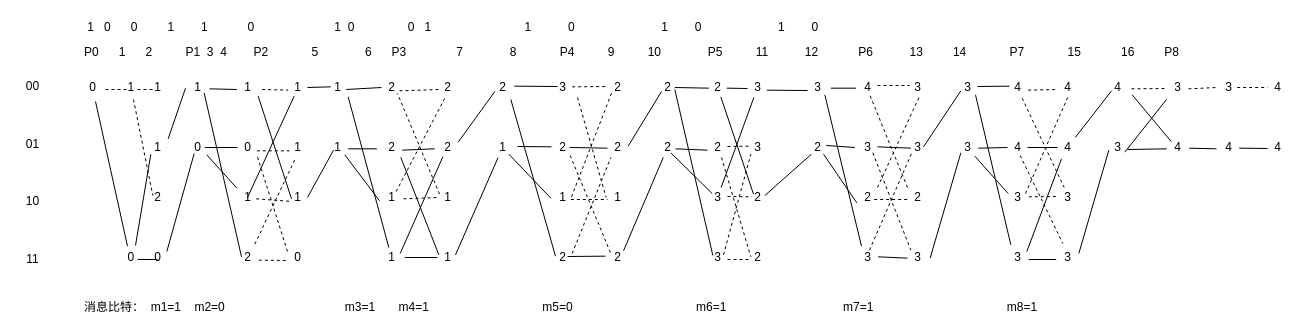
Earlier version of the draw.io diagram Untitled Diagram.drawio (wywmyy/wywmyy.github.io). Source tidied: cells renumbered, new cells numbered last; positions are measured from the earlier drawing's top-left corner, leaving out a move shared by most shapes. Both pictures are drawn from the tidied source at 100%, with x=0, y=0 at pixel (17, 17).
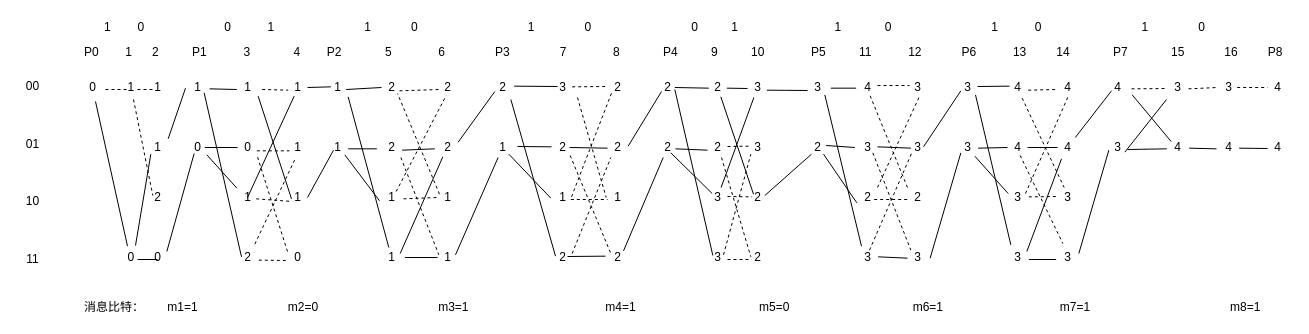
After the change.

The change refers to these unchanged cells:
```xml
<mxCell id="51" value="2" style="text;html=1;align=center;verticalAlign=middle;points=[];fillColor=none;strokeColor=none;rounded=0;" parent="1" vertex="1">
  <mxGeometry x="364" y="120" width="20" height="20" as="geometry" />
</mxCell>
<mxCell id="61" value="1" style="text;html=1;align=center;verticalAlign=middle;points=[];fillColor=none;strokeColor=none;rounded=0;" parent="1" vertex="1">
  <mxGeometry x="420" y="230" width="20" height="20" as="geometry" />
</mxCell>
```

Diff of the diagram source:
```diff
@@
-    <mxCell id="2" value="&lt;div&gt;&lt;span style=&quot;white-space: pre&quot;&gt; &lt;/span&gt;&lt;span&gt;&amp;nbsp; &amp;nbsp; &amp;nbsp; &amp;nbsp; &amp;nbsp;1&lt;/span&gt;&lt;span style=&quot;white-space: pre&quot;&gt; &lt;/span&gt;&lt;span&gt;&amp;nbsp; 0&lt;/span&gt;&lt;span style=&quot;white-space: pre&quot;&gt; &lt;span style=&quot;white-space: pre&quot;&gt;   &lt;/span&gt; &lt;/span&gt;&lt;span&gt;&amp;nbsp;&lt;/span&gt;&lt;span&gt;0&lt;/span&gt;&lt;span style=&quot;white-space: pre&quot;&gt; &lt;/span&gt;&amp;nbsp; &amp;nbsp; &amp;nbsp; &amp;nbsp;&amp;nbsp;&lt;span&gt;1&lt;/span&gt;&lt;span style=&quot;white-space: pre&quot;&gt; &lt;span style=&quot;white-space: pre&quot;&gt; &lt;/span&gt;&lt;span style=&quot;white-space: pre&quot;&gt; &lt;/span&gt; &lt;/span&gt;&amp;nbsp; &amp;nbsp;&amp;nbsp;&lt;span&gt;1&lt;/span&gt;&lt;span style=&quot;white-space: pre&quot;&gt; &lt;/span&gt;&amp;nbsp; &amp;nbsp; &amp;nbsp; &amp;nbsp; &amp;nbsp; &amp;nbsp;&lt;span&gt;0&amp;nbsp; &amp;nbsp; &amp;nbsp; &amp;nbsp; &amp;nbsp; &amp;nbsp; &amp;nbsp; &amp;nbsp; &amp;nbsp; &amp;nbsp; &amp;nbsp;&amp;nbsp;&lt;/span&gt;&lt;span style=&quot;white-space: pre&quot;&gt; &lt;span style=&quot;white-space: pre&quot;&gt; &lt;/span&gt;&lt;/span&gt;&lt;span&gt;1&lt;/span&gt;&lt;span style=&quot;white-space: pre&quot;&gt; &lt;span style=&quot;white-space: pre&quot;&gt; &lt;/span&gt;&lt;/span&gt;&lt;span&gt;0&lt;/span&gt;&lt;span style=&quot;white-space: pre&quot;&gt; &lt;span style=&quot;white-space: pre&quot;&gt; &lt;/span&gt; &lt;/span&gt;&amp;nbsp; &amp;nbsp; &amp;nbsp; &amp;nbsp; &amp;nbsp; &amp;nbsp; &amp;nbsp;&lt;span&gt;0&lt;/span&gt;&lt;span style=&quot;white-space: pre&quot;&gt; &lt;/span&gt;&amp;nbsp;&amp;nbsp;&lt;span&gt;1&lt;/span&gt;&lt;span style=&quot;white-space: pre&quot;&gt; &lt;/span&gt;&amp;nbsp; &amp;nbsp; &amp;nbsp; &amp;nbsp; &amp;nbsp; &amp;nbsp; &amp;nbsp; &amp;nbsp; &amp;nbsp; &amp;nbsp; &amp;nbsp; &amp;nbsp; &amp;nbsp; &amp;nbsp;&lt;span&gt;1&lt;/span&gt;&lt;span style=&quot;white-space: pre&quot;&gt; &lt;/span&gt;&amp;nbsp; &amp;nbsp; &amp;nbsp; &amp;nbsp; &amp;nbsp;&amp;nbsp;&lt;span&gt;0&lt;/span&gt;&lt;span style=&quot;white-space: pre&quot;&gt; &lt;/span&gt;&amp;nbsp; &amp;nbsp; &amp;nbsp; &amp;nbsp; &amp;nbsp; &amp;nbsp; &amp;nbsp; &amp;nbsp; &amp;nbsp; &amp;nbsp; &amp;nbsp; &amp;nbsp; &amp;nbsp;&lt;span&gt;1&lt;/span&gt;&lt;span style=&quot;white-space: pre&quot;&gt; &lt;/span&gt;&amp;nbsp; &amp;nbsp; &amp;nbsp; &amp;nbsp;&lt;span&gt;0&lt;/span&gt;&lt;span style=&quot;white-space: pre&quot;&gt; &lt;/span&gt;&amp;nbsp; &amp;nbsp; &amp;nbsp; &amp;nbsp; &amp;nbsp; &amp;nbsp; &amp;nbsp; &amp;nbsp; &amp;nbsp; &amp;nbsp; &amp;nbsp;&amp;nbsp;&lt;span&gt;1&lt;/span&gt;&lt;span style=&quot;white-space: pre&quot;&gt; &lt;/span&gt;&amp;nbsp; &amp;nbsp; &amp;nbsp; &amp;nbsp;&lt;span&gt;0&lt;/span&gt;&lt;/div&gt;" style="text;html=1;align=left;verticalAlign=middle;fillColor=none;strokeColor=none;rounded=0;" parent="1" vertex="1">
+    <mxCell id="2" value="&lt;div&gt;&lt;span style=&quot;white-space: pre&quot;&gt; &lt;/span&gt;&lt;span&gt;&amp;nbsp; &amp;nbsp; &amp;nbsp; &amp;nbsp; &amp;nbsp; &amp;nbsp; &amp;nbsp; 1&lt;/span&gt;&lt;span style=&quot;white-space: pre&quot;&gt; &lt;/span&gt;&lt;span&gt;&amp;nbsp; &amp;nbsp; &amp;nbsp; &amp;nbsp;0&lt;/span&gt;&lt;span style=&quot;white-space: pre&quot;&gt; &lt;span style=&quot;white-space: pre&quot;&gt;   &lt;/span&gt; &lt;/span&gt;&lt;span&gt;&amp;nbsp; &amp;nbsp; &amp;nbsp; &amp;nbsp; &amp;nbsp; &amp;nbsp; &amp;nbsp; &amp;nbsp; &amp;nbsp; &amp;nbsp;&lt;/span&gt;&lt;span&gt;0&lt;/span&gt;&lt;span style=&quot;white-space: pre&quot;&gt; &lt;/span&gt;&amp;nbsp; &amp;nbsp; &amp;nbsp; &amp;nbsp; &amp;nbsp;&amp;nbsp;&lt;span&gt;1&lt;/span&gt;&lt;span style=&quot;white-space: pre&quot;&gt; &lt;span style=&quot;white-space: pre&quot;&gt; &lt;/span&gt;&lt;span style=&quot;white-space: pre&quot;&gt; &lt;/span&gt; &lt;/span&gt;&amp;nbsp; &amp;nbsp; &amp;nbsp; &amp;nbsp; &amp;nbsp; &amp;nbsp; &amp;nbsp; &amp;nbsp; &amp;nbsp; &amp;nbsp; &amp;nbsp; &amp;nbsp;&lt;span&gt;1&lt;/span&gt;&lt;span style=&quot;white-space: pre&quot;&gt; &lt;/span&gt;&amp;nbsp; &amp;nbsp; &amp;nbsp; &amp;nbsp; &amp;nbsp; &amp;nbsp;&lt;span&gt;0&amp;nbsp; &amp;nbsp; &amp;nbsp; &amp;nbsp; &amp;nbsp; &amp;nbsp; &amp;nbsp; &amp;nbsp; &amp;nbsp; &amp;nbsp; &amp;nbsp;&amp;nbsp;&lt;/span&gt;&lt;span style=&quot;white-space: pre&quot;&gt; &lt;span style=&quot;white-space: pre&quot;&gt;          &lt;/span&gt;&lt;/span&gt;&lt;span&gt;1&lt;/span&gt;&lt;span style=&quot;white-space: pre&quot;&gt; &lt;span style=&quot;white-space: pre&quot;&gt;              &lt;/span&gt;&lt;/span&gt;&lt;span&gt;0&lt;/span&gt;&lt;span style=&quot;white-space: pre&quot;&gt; &lt;span style=&quot;white-space: pre&quot;&gt; &lt;/span&gt; &lt;/span&gt;&amp;nbsp; &amp;nbsp; &amp;nbsp; &amp;nbsp; &amp;nbsp; &amp;nbsp; &amp;nbsp; &amp;nbsp; &amp;nbsp; &amp;nbsp; &amp;nbsp; &amp;nbsp; &amp;nbsp; &amp;nbsp;&lt;span&gt;0&lt;/span&gt;&lt;span style=&quot;white-space: pre&quot;&gt; &lt;/span&gt;&amp;nbsp; &amp;nbsp; &amp;nbsp; &amp;nbsp; &amp;nbsp;&lt;span&gt;1&lt;/span&gt;&lt;span style=&quot;white-space: pre&quot;&gt; &lt;/span&gt;&amp;nbsp; &amp;nbsp; &amp;nbsp; &amp;nbsp; &amp;nbsp; &amp;nbsp; &amp;nbsp; &amp;nbsp; &amp;nbsp; &amp;nbsp; &amp;nbsp; &amp;nbsp; &amp;nbsp; &amp;nbsp;&amp;nbsp;&lt;span&gt;1&lt;/span&gt;&lt;span style=&quot;white-space: pre&quot;&gt; &lt;/span&gt;&amp;nbsp; &amp;nbsp; &amp;nbsp; &amp;nbsp; &amp;nbsp; &amp;nbsp;&amp;nbsp;&lt;span&gt;0&lt;/span&gt;&lt;span style=&quot;white-space: pre&quot;&gt; &lt;/span&gt;&amp;nbsp; &amp;nbsp; &amp;nbsp; &amp;nbsp; &amp;nbsp; &amp;nbsp; &amp;nbsp; &amp;nbsp; &amp;nbsp; &amp;nbsp; &amp;nbsp; &amp;nbsp; &amp;nbsp; &amp;nbsp; &amp;nbsp;&lt;span&gt;1&lt;/span&gt;&lt;span style=&quot;white-space: pre&quot;&gt; &lt;/span&gt;&amp;nbsp; &amp;nbsp; &amp;nbsp; &amp;nbsp; &amp;nbsp;&amp;nbsp;&lt;span&gt;0&lt;/span&gt;&lt;span style=&quot;white-space: pre&quot;&gt; &lt;/span&gt;&amp;nbsp; &amp;nbsp; &amp;nbsp; &amp;nbsp; &amp;nbsp; &amp;nbsp; &amp;nbsp; &amp;nbsp; &amp;nbsp; &amp;nbsp; &amp;nbsp; &amp;nbsp; &amp;nbsp; &amp;nbsp; &amp;nbsp;&lt;span&gt;1&lt;/span&gt;&lt;span style=&quot;white-space: pre&quot;&gt; &lt;/span&gt;&amp;nbsp; &amp;nbsp; &amp;nbsp; &amp;nbsp; &amp;nbsp; &amp;nbsp; &amp;nbsp;&amp;nbsp;&lt;span&gt;0&lt;/span&gt;&lt;/div&gt;" style="text;html=1;align=left;verticalAlign=middle;fillColor=none;strokeColor=none;rounded=0;" parent="1" vertex="1">
       <mxGeometry x="35" width="1170" height="20" as="geometry" />
     </mxCell>
@@
-    <mxCell id="20" value="&lt;div&gt;&lt;span&gt;P0&lt;/span&gt;&lt;span style=&quot;white-space: pre&quot;&gt; &lt;/span&gt;&lt;span&gt;&amp;nbsp; &amp;nbsp; &amp;nbsp;1&lt;/span&gt;&lt;span style=&quot;white-space: pre&quot;&gt; &lt;/span&gt;&lt;span&gt;&amp;nbsp; &amp;nbsp; &amp;nbsp;2&lt;/span&gt;&lt;span style=&quot;white-space: pre&quot;&gt; &lt;/span&gt;&lt;span&gt;&amp;nbsp; &amp;nbsp; &amp;nbsp; &amp;nbsp; &amp;nbsp;P1&lt;span style=&quot;white-space: pre&quot;&gt; &lt;/span&gt;&lt;span style=&quot;white-space: pre&quot;&gt; &lt;/span&gt;3&lt;span style=&quot;white-space: pre&quot;&gt; &lt;span style=&quot;white-space: pre&quot;&gt; &lt;/span&gt;4&lt;/span&gt;&amp;nbsp; &amp;nbsp; &amp;nbsp; &amp;nbsp; P2&amp;nbsp; &amp;nbsp; &amp;nbsp; &amp;nbsp; &amp;nbsp; &amp;nbsp; &amp;nbsp;5&amp;nbsp; &amp;nbsp; &amp;nbsp; &amp;nbsp; &amp;nbsp; &amp;nbsp; &amp;nbsp; 6&amp;nbsp;&lt;span style=&quot;white-space: pre&quot;&gt; &lt;/span&gt;&lt;span style=&quot;white-space: pre&quot;&gt; &amp;nbsp;&lt;/span&gt;&amp;nbsp; P3&amp;nbsp; &amp;nbsp; &amp;nbsp; &amp;nbsp; &amp;nbsp; &amp;nbsp; &amp;nbsp; &amp;nbsp;7&amp;nbsp; &amp;nbsp; &amp;nbsp; &amp;nbsp; &amp;nbsp; &amp;nbsp; &amp;nbsp; 8&amp;nbsp; &amp;nbsp; &amp;nbsp; &amp;nbsp; &amp;nbsp; &amp;nbsp; &amp;nbsp;P4&amp;nbsp; &amp;nbsp; &amp;nbsp; &amp;nbsp; &amp;nbsp; 9&amp;nbsp; &amp;nbsp; &amp;nbsp; &amp;nbsp; &amp;nbsp; 10&amp;nbsp; &amp;nbsp; &amp;nbsp; &amp;nbsp; &amp;nbsp; &amp;nbsp; &amp;nbsp; P5&amp;nbsp; &amp;nbsp; &amp;nbsp; &amp;nbsp; &amp;nbsp; 11&amp;nbsp; &amp;nbsp; &amp;nbsp; &amp;nbsp; &amp;nbsp; &amp;nbsp;12&amp;nbsp; &amp;nbsp; &amp;nbsp; &amp;nbsp; &amp;nbsp; &amp;nbsp; P6&amp;nbsp; &amp;nbsp; &amp;nbsp; &amp;nbsp; &amp;nbsp; &amp;nbsp;13&amp;nbsp; &amp;nbsp; &amp;nbsp; &amp;nbsp; &amp;nbsp;14&amp;nbsp; &amp;nbsp; &amp;nbsp; &amp;nbsp; &amp;nbsp; &amp;nbsp; &amp;nbsp;P7&amp;nbsp; &amp;nbsp; &amp;nbsp; &amp;nbsp; &amp;nbsp; &amp;nbsp; &amp;nbsp;15&amp;nbsp; &amp;nbsp; &amp;nbsp; &amp;nbsp; &amp;nbsp; &amp;nbsp; 16&amp;nbsp; &amp;nbsp; &amp;nbsp; &amp;nbsp; &amp;nbsp;P8&lt;/span&gt;&lt;/div&gt;" style="text;html=1;align=left;verticalAlign=middle;fillColor=none;strokeColor=none;rounded=0;" parent="1" vertex="1">
+    <mxCell id="20" value="&lt;div&gt;&lt;span&gt;P0&lt;/span&gt;&lt;span style=&quot;white-space: pre&quot;&gt; &lt;/span&gt;&lt;span&gt;&amp;nbsp; &amp;nbsp; &amp;nbsp; &amp;nbsp;1&lt;/span&gt;&lt;span style=&quot;white-space: pre&quot;&gt; &lt;/span&gt;&lt;span&gt;&amp;nbsp; &amp;nbsp; &amp;nbsp;2&lt;/span&gt;&lt;span style=&quot;white-space: pre&quot;&gt; &lt;/span&gt;&lt;span&gt;&amp;nbsp; &amp;nbsp; &amp;nbsp; &amp;nbsp; &amp;nbsp;P1&lt;span style=&quot;white-space: pre&quot;&gt; &lt;/span&gt;&lt;span style=&quot;white-space: pre&quot;&gt;          &lt;/span&gt;3&lt;span style=&quot;white-space: pre&quot;&gt; &lt;span style=&quot;white-space: pre&quot;&gt;            &lt;/span&gt;4&lt;/span&gt;&amp;nbsp; &amp;nbsp; &amp;nbsp; &amp;nbsp; P2&amp;nbsp; &amp;nbsp; &amp;nbsp; &amp;nbsp; &amp;nbsp; &amp;nbsp; &amp;nbsp;5&amp;nbsp; &amp;nbsp; &amp;nbsp; &amp;nbsp; &amp;nbsp; &amp;nbsp; &amp;nbsp; 6&amp;nbsp;&lt;span style=&quot;white-space: pre&quot;&gt; &lt;/span&gt;&lt;span style=&quot;white-space: pre&quot;&gt; &amp;nbsp;&lt;/span&gt;&amp;nbsp; &amp;nbsp; &amp;nbsp; &amp;nbsp; &amp;nbsp; &amp;nbsp;P3&amp;nbsp; &amp;nbsp; &amp;nbsp; &amp;nbsp; &amp;nbsp; &amp;nbsp; &amp;nbsp; &amp;nbsp;7&amp;nbsp; &amp;nbsp; &amp;nbsp; &amp;nbsp; &amp;nbsp; &amp;nbsp; &amp;nbsp; 8&amp;nbsp; &amp;nbsp; &amp;nbsp; &amp;nbsp; &amp;nbsp; &amp;nbsp; &amp;nbsp;P4&amp;nbsp; &amp;nbsp; &amp;nbsp; &amp;nbsp; &amp;nbsp; 9&amp;nbsp; &amp;nbsp; &amp;nbsp; &amp;nbsp; &amp;nbsp; 10&amp;nbsp; &amp;nbsp; &amp;nbsp; &amp;nbsp; &amp;nbsp; &amp;nbsp; &amp;nbsp; P5&amp;nbsp; &amp;nbsp; &amp;nbsp; &amp;nbsp; &amp;nbsp; 11&amp;nbsp; &amp;nbsp; &amp;nbsp; &amp;nbsp; &amp;nbsp; &amp;nbsp;12&amp;nbsp; &amp;nbsp; &amp;nbsp; &amp;nbsp; &amp;nbsp; &amp;nbsp; P6&amp;nbsp; &amp;nbsp; &amp;nbsp; &amp;nbsp; &amp;nbsp; &amp;nbsp;13&amp;nbsp; &amp;nbsp; &amp;nbsp; &amp;nbsp; &amp;nbsp;14&amp;nbsp; &amp;nbsp; &amp;nbsp; &amp;nbsp; &amp;nbsp; &amp;nbsp; &amp;nbsp;P7&amp;nbsp; &amp;nbsp; &amp;nbsp; &amp;nbsp; &amp;nbsp; &amp;nbsp; &amp;nbsp;15&amp;nbsp; &amp;nbsp; &amp;nbsp; &amp;nbsp; &amp;nbsp; &amp;nbsp; 16&amp;nbsp; &amp;nbsp; &amp;nbsp; &amp;nbsp; &amp;nbsp;P8&lt;/span&gt;&lt;/div&gt;" style="text;html=1;align=left;verticalAlign=middle;fillColor=none;strokeColor=none;rounded=0;" parent="1" vertex="1">
       <mxGeometry x="65" y="25" width="1210" height="20" as="geometry" />
     </mxCell>
@@
-    <mxCell id="42" value="消息比特： &lt;span style=&quot;white-space: pre&quot;&gt; &lt;/span&gt;m1=1&lt;span style=&quot;white-space: pre&quot;&gt; &lt;span style=&quot;white-space: pre&quot;&gt; &lt;/span&gt;&lt;span style=&quot;white-space: pre&quot;&gt; &lt;/span&gt;&lt;span style=&quot;white-space: pre&quot;&gt; &lt;/span&gt;&lt;/span&gt;m2=0&amp;nbsp; &amp;nbsp; &amp;nbsp; &amp;nbsp; &amp;nbsp; &amp;nbsp; &amp;nbsp; &amp;nbsp; &amp;nbsp; &amp;nbsp; &amp;nbsp; &amp;nbsp; &amp;nbsp; &amp;nbsp; &amp;nbsp; &amp;nbsp; &amp;nbsp; &amp;nbsp; m3=1&amp;nbsp;&lt;span style=&quot;white-space: pre&quot;&gt; &lt;/span&gt;&lt;span style=&quot;white-space: pre&quot;&gt; &lt;/span&gt;&lt;span style=&quot;white-space: pre&quot;&gt; &lt;/span&gt;&lt;span style=&quot;white-space: pre&quot;&gt; &lt;/span&gt;&lt;span style=&quot;white-space: pre&quot;&gt; &lt;/span&gt;&lt;span style=&quot;white-space: pre&quot;&gt; &lt;/span&gt;m4=1&amp;nbsp; &amp;nbsp; &amp;nbsp; &amp;nbsp; &amp;nbsp; &amp;nbsp; &amp;nbsp; &amp;nbsp; &amp;nbsp; &amp;nbsp; &amp;nbsp; &amp;nbsp; &amp;nbsp; &amp;nbsp; &amp;nbsp; &amp;nbsp; &amp;nbsp; m5=0&amp;nbsp; &amp;nbsp; &amp;nbsp; &amp;nbsp; &amp;nbsp; &amp;nbsp; &amp;nbsp; &amp;nbsp; &amp;nbsp; &amp;nbsp; &amp;nbsp; &amp;nbsp; &amp;nbsp; &amp;nbsp; &amp;nbsp; &amp;nbsp; &amp;nbsp; &amp;nbsp; &amp;nbsp;m6=1&amp;nbsp; &amp;nbsp; &amp;nbsp; &amp;nbsp; &amp;nbsp; &amp;nbsp; &amp;nbsp; &amp;nbsp; &amp;nbsp; &amp;nbsp; &amp;nbsp; &amp;nbsp; &amp;nbsp; &amp;nbsp; &amp;nbsp; &amp;nbsp; &amp;nbsp; &amp;nbsp;m7=1&amp;nbsp; &amp;nbsp; &amp;nbsp; &amp;nbsp; &amp;nbsp; &amp;nbsp; &amp;nbsp; &amp;nbsp; &amp;nbsp; &amp;nbsp; &amp;nbsp; &amp;nbsp; &amp;nbsp; &amp;nbsp; &amp;nbsp; &amp;nbsp; &amp;nbsp; &amp;nbsp; &amp;nbsp; &amp;nbsp; m8=1" style="text;html=1;align=left;verticalAlign=middle;fillColor=none;strokeColor=none;rounded=0;" parent="1" vertex="1">
+    <mxCell id="42" value="消息比特： &lt;span style=&quot;white-space: pre&quot;&gt;      &lt;/span&gt;m1=1&lt;span style=&quot;white-space: pre&quot;&gt; &lt;span style=&quot;white-space: pre&quot;&gt; &lt;/span&gt;&lt;span style=&quot;white-space: pre&quot;&gt; &lt;/span&gt;&lt;span style=&quot;white-space: pre&quot;&gt;                        &lt;/span&gt;&lt;/span&gt;m2=0&amp;nbsp; &amp;nbsp; &amp;nbsp; &amp;nbsp; &amp;nbsp; &amp;nbsp; &amp;nbsp; &amp;nbsp; &amp;nbsp; &amp;nbsp; &amp;nbsp; &amp;nbsp; &amp;nbsp; &amp;nbsp; &amp;nbsp; &amp;nbsp; &amp;nbsp; &amp;nbsp; m3=1&amp;nbsp;&lt;span style=&quot;white-space: pre&quot;&gt; &lt;/span&gt;&lt;span style=&quot;white-space: pre&quot;&gt; &lt;/span&gt;&lt;span style=&quot;white-space: pre&quot;&gt; &lt;/span&gt;&lt;span style=&quot;white-space: pre&quot;&gt; &lt;/span&gt;&lt;span style=&quot;white-space: pre&quot;&gt; &lt;/span&gt;&lt;span style=&quot;white-space: pre&quot;&gt;                                   &lt;/span&gt;m4=1&amp;nbsp; &amp;nbsp; &amp;nbsp; &amp;nbsp; &amp;nbsp; &amp;nbsp; &amp;nbsp; &amp;nbsp; &amp;nbsp; &amp;nbsp; &amp;nbsp; &amp;nbsp; &amp;nbsp; &amp;nbsp; &amp;nbsp; &amp;nbsp; &amp;nbsp; &amp;nbsp; &amp;nbsp;m5=0&amp;nbsp; &amp;nbsp; &amp;nbsp; &amp;nbsp; &amp;nbsp; &amp;nbsp; &amp;nbsp; &amp;nbsp; &amp;nbsp; &amp;nbsp; &amp;nbsp; &amp;nbsp; &amp;nbsp; &amp;nbsp; &amp;nbsp; &amp;nbsp; &amp;nbsp; &amp;nbsp; &amp;nbsp;m6=1&amp;nbsp; &amp;nbsp; &amp;nbsp; &amp;nbsp; &amp;nbsp; &amp;nbsp; &amp;nbsp; &amp;nbsp; &amp;nbsp; &amp;nbsp; &amp;nbsp; &amp;nbsp; &amp;nbsp; &amp;nbsp; &amp;nbsp; &amp;nbsp; &amp;nbsp; &amp;nbsp;m7=1&amp;nbsp; &amp;nbsp; &amp;nbsp; &amp;nbsp; &amp;nbsp; &amp;nbsp; &amp;nbsp; &amp;nbsp; &amp;nbsp; &amp;nbsp; &amp;nbsp; &amp;nbsp; &amp;nbsp; &amp;nbsp; &amp;nbsp; &amp;nbsp; &amp;nbsp; &amp;nbsp; &amp;nbsp; &amp;nbsp; &amp;nbsp; m8=1" style="text;html=1;align=left;verticalAlign=middle;fillColor=none;strokeColor=none;rounded=0;" parent="1" vertex="1">
       <mxGeometry x="65" y="280" width="1190" height="20" as="geometry" />
     </mxCell>
@@
-    <mxCell id="62" style="endArrow=none;html=1;rounded=0;entryX=0.067;entryY=0.367;entryDx=0;entryDy=0;entryPerimeter=0;exitX=0.967;exitY=1;exitDx=0;exitDy=0;exitPerimeter=0;" parent="1" edge="1" source="51" target="61">
+    <mxCell id="62" style="endArrow=none;html=1;rounded=0;entryX=0.067;entryY=0.367;entryDx=0;entryDy=0;entryPerimeter=0;exitX=0.967;exitY=1;exitDx=0;exitDy=0;exitPerimeter=0;dashed=1;" parent="1" edge="1" source="51" target="61">
       <mxGeometry relative="1" as="geometry" />
     </mxCell>
```
